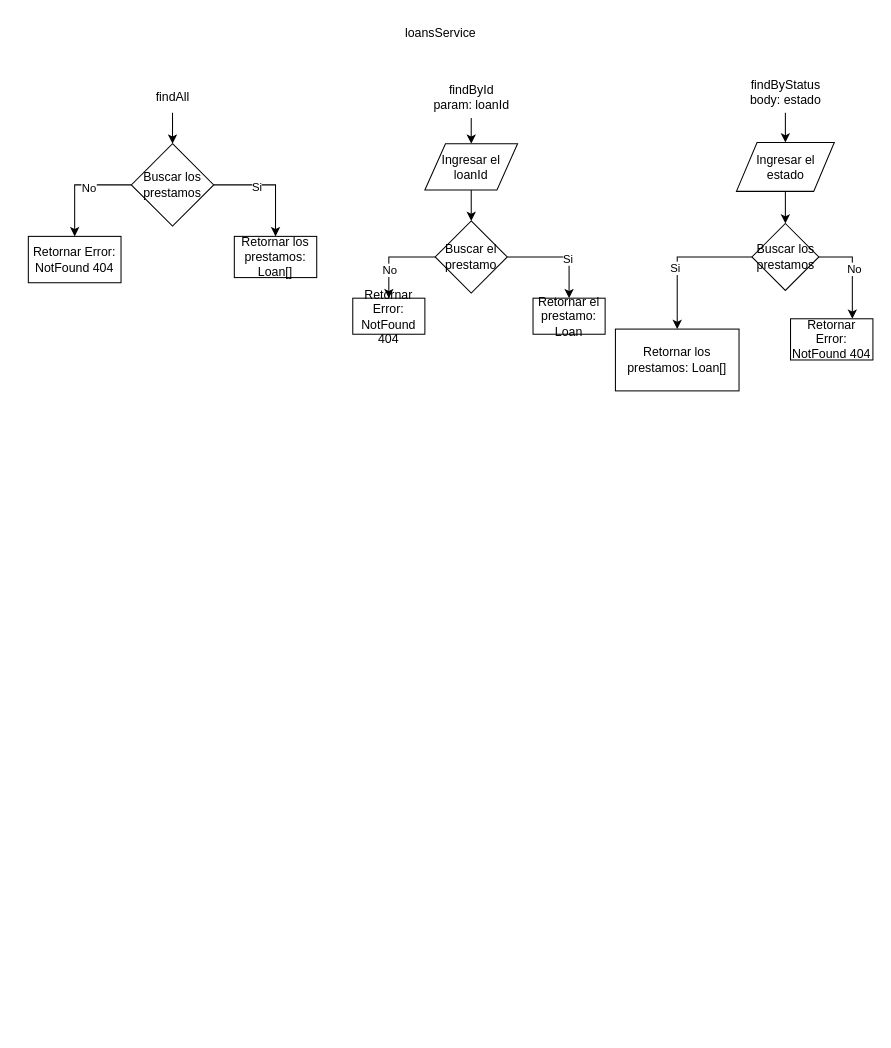
Before: loansService.drawio in ialmontedr0/pacv2-backend, a draw.io diagram. Source tidied: cells renumbered, new cells numbered last; positions are measured from the earlier drawing's top-left corner, leaving out a move shared by most shapes. Both pictures are drawn from the tidied source at 103%, with x=0, y=0 at pixel (28, 18).
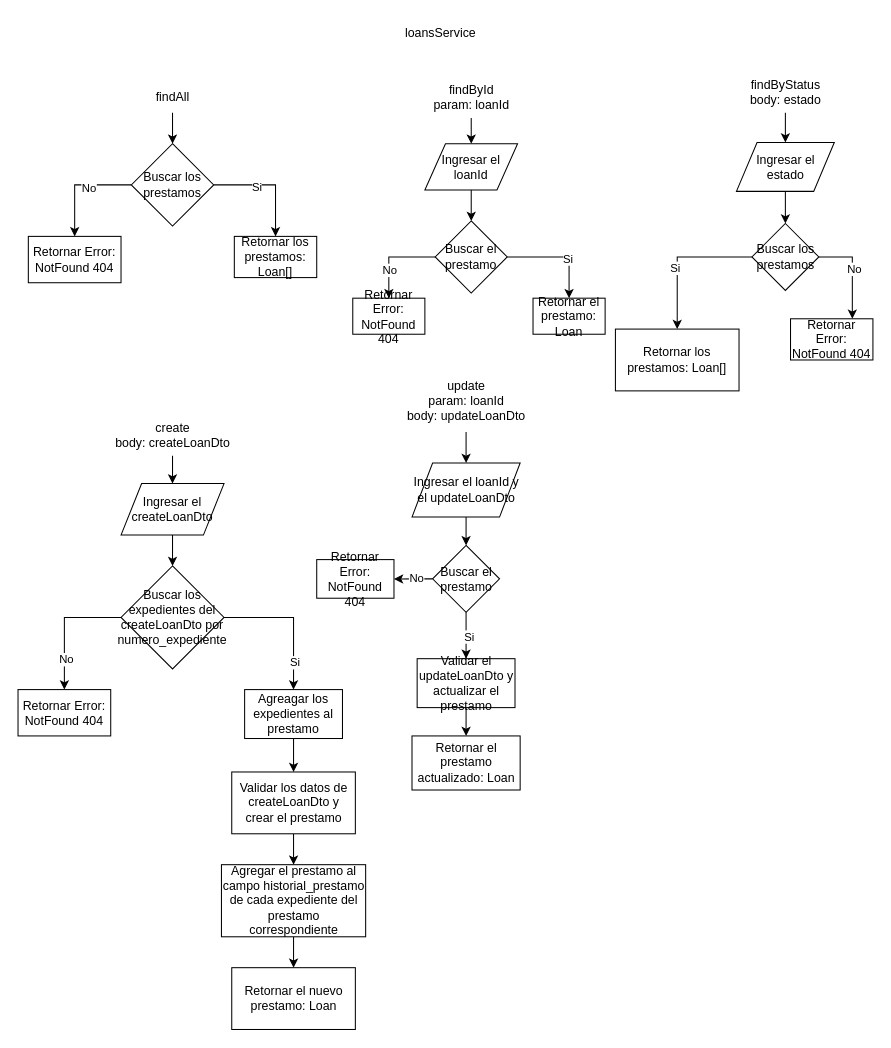
The same page after the edit.

What changed in the source:
```diff
@@
+    <mxCell id="34" style="edgeStyle=orthogonalEdgeStyle;rounded=0;jettySize=auto;html=1;" parent="1" edge="1" source="35" target="37">
+      <mxGeometry relative="1" as="geometry" />
+    </mxCell>
+    <mxCell id="35" value="&lt;div&gt;create&lt;/div&gt;&lt;div&gt;body: createLoanDto&lt;br&gt;&lt;/div&gt;" style="text;html=1;align=center;verticalAlign=middle;points=[];strokeColor=none;fillColor=none;" parent="1" vertex="1">
+      <mxGeometry x="75" y="385" width="130" height="40" as="geometry" />
+    </mxCell>
+    <mxCell id="36" style="edgeStyle=orthogonalEdgeStyle;rounded=0;jettySize=auto;html=1;" parent="1" edge="1" source="37" target="42">
+      <mxGeometry relative="1" as="geometry" />
+    </mxCell>
+    <mxCell id="37" value="Ingresar el createLoanDto" style="shape=parallelogram;perimeter=parallelogramPerimeter;whiteSpace=wrap;html=1;fixedSize=1;" parent="1" vertex="1">
+      <mxGeometry x="90" y="452" width="100" height="50" as="geometry" />
+    </mxCell>
+    <mxCell id="38" style="edgeStyle=orthogonalEdgeStyle;rounded=0;jettySize=auto;html=1;" parent="1" edge="1" source="42" target="43">
+      <mxGeometry relative="1" as="geometry" />
+    </mxCell>
+    <mxCell id="39" value="No" style="edgeLabel;html=1;align=center;verticalAlign=middle;" parent="38" vertex="1">
+      <mxGeometry x="0.52" y="1" relative="1" as="geometry" />
+    </mxCell>
+    <mxCell id="40" style="edgeStyle=orthogonalEdgeStyle;rounded=0;jettySize=auto;html=1;" parent="1" edge="1" source="42" target="45">
+      <mxGeometry relative="1" as="geometry" />
+    </mxCell>
+    <mxCell id="41" value="Si" style="edgeLabel;html=1;align=center;verticalAlign=middle;" parent="40" vertex="1">
+      <mxGeometry x="0.62" y="1" relative="1" as="geometry" />
+    </mxCell>
+    <mxCell id="42" value="Buscar los expedientes del createLoanDto por numero_expediente" style="rhombus;whiteSpace=wrap;html=1;" parent="1" vertex="1">
+      <mxGeometry x="90" y="532" width="100" height="100" as="geometry" />
+    </mxCell>
+    <mxCell id="43" value="Retornar Error: NotFound 404" style="rounded=0;whiteSpace=wrap;html=1;" parent="1" vertex="1">
+      <mxGeometry x="-10" y="652" width="90" height="45" as="geometry" />
+    </mxCell>
+    <mxCell id="44" style="edgeStyle=orthogonalEdgeStyle;rounded=0;jettySize=auto;html=1;" parent="1" edge="1" source="45" target="47">
+      <mxGeometry relative="1" as="geometry" />
+    </mxCell>
+    <mxCell id="45" value="Agreagar los expedientes al prestamo" style="rounded=0;whiteSpace=wrap;html=1;" parent="1" vertex="1">
+      <mxGeometry x="210" y="652" width="95" height="47.5" as="geometry" />
+    </mxCell>
+    <mxCell id="46" style="edgeStyle=orthogonalEdgeStyle;rounded=0;jettySize=auto;html=1;" parent="1" edge="1" source="47" target="49">
+      <mxGeometry relative="1" as="geometry" />
+    </mxCell>
+    <mxCell id="47" value="Validar los datos de createLoanDto y crear el prestamo" style="rounded=0;whiteSpace=wrap;html=1;" parent="1" vertex="1">
+      <mxGeometry x="197.5" y="732" width="120" height="60" as="geometry" />
+    </mxCell>
+    <mxCell id="48" style="edgeStyle=orthogonalEdgeStyle;rounded=0;jettySize=auto;html=1;" parent="1" edge="1" source="49" target="50">
+      <mxGeometry relative="1" as="geometry" />
+    </mxCell>
+    <mxCell id="49" value="Agregar el prestamo al campo historial_prestamo de cada expediente del prestamo correspondiente" style="rounded=0;whiteSpace=wrap;html=1;" parent="1" vertex="1">
+      <mxGeometry x="187.5" y="822" width="140" height="70" as="geometry" />
+    </mxCell>
+    <mxCell id="50" value="Retornar el nuevo prestamo: Loan" style="rounded=0;whiteSpace=wrap;html=1;" parent="1" vertex="1">
+      <mxGeometry x="197.5" y="922" width="120" height="60" as="geometry" />
+    </mxCell>
+    <mxCell id="51" style="edgeStyle=orthogonalEdgeStyle;rounded=0;jettySize=auto;html=1;" parent="1" edge="1" source="52" target="54">
+      <mxGeometry relative="1" as="geometry" />
+    </mxCell>
+    <mxCell id="52" value="&lt;div&gt;update&lt;/div&gt;&lt;div&gt;param: loanId&lt;/div&gt;&lt;div&gt;body: updateLoanDto&lt;br&gt;&lt;/div&gt;" style="text;html=1;align=center;verticalAlign=middle;points=[];strokeColor=none;fillColor=none;" parent="1" vertex="1">
+      <mxGeometry x="355" y="342" width="140" height="60" as="geometry" />
+    </mxCell>
+    <mxCell id="53" style="edgeStyle=orthogonalEdgeStyle;rounded=0;jettySize=auto;html=1;" parent="1" edge="1" source="54" target="59">
+      <mxGeometry relative="1" as="geometry" />
+    </mxCell>
+    <mxCell id="54" value="Ingresar el loanId y el updateLoanDto" style="shape=parallelogram;perimeter=parallelogramPerimeter;whiteSpace=wrap;html=1;fixedSize=1;" parent="1" vertex="1">
+      <mxGeometry x="372.5" y="432" width="105" height="52.5" as="geometry" />
+    </mxCell>
+    <mxCell id="55" style="edgeStyle=orthogonalEdgeStyle;rounded=0;jettySize=auto;html=1;" parent="1" edge="1" source="59" target="60">
+      <mxGeometry relative="1" as="geometry" />
+    </mxCell>
+    <mxCell id="56" value="No" style="edgeLabel;html=1;align=center;verticalAlign=middle;" parent="55" vertex="1">
+      <mxGeometry x="-0.2" y="-1" relative="1" as="geometry">
+        <mxPoint x="-1" as="offset" />
+      </mxGeometry>
+    </mxCell>
+    <mxCell id="57" style="edgeStyle=orthogonalEdgeStyle;rounded=0;jettySize=auto;html=1;" parent="1" edge="1" source="59" target="62">
+      <mxGeometry relative="1" as="geometry" />
+    </mxCell>
+    <mxCell id="58" value="Si" style="edgeLabel;html=1;align=center;verticalAlign=middle;" parent="57" vertex="1">
+      <mxGeometry y="2" relative="1" as="geometry" />
+    </mxCell>
+    <mxCell id="59" value="Buscar el prestamo" style="rhombus;whiteSpace=wrap;html=1;" parent="1" vertex="1">
+      <mxGeometry x="392.5" y="512" width="65" height="65" as="geometry" />
+    </mxCell>
+    <mxCell id="60" value="Retornar Error: NotFound 404" style="rounded=0;whiteSpace=wrap;html=1;" parent="1" vertex="1">
+      <mxGeometry x="280" y="525.8" width="75" height="37.5" as="geometry" />
+    </mxCell>
+    <mxCell id="61" style="edgeStyle=orthogonalEdgeStyle;rounded=0;jettySize=auto;html=1;" parent="1" edge="1" source="62" target="63">
+      <mxGeometry relative="1" as="geometry" />
+    </mxCell>
+    <mxCell id="62" value="Validar el updateLoanDto y actualizar el prestamo" style="rounded=0;whiteSpace=wrap;html=1;" parent="1" vertex="1">
+      <mxGeometry x="377.5" y="622" width="95" height="47.5" as="geometry" />
+    </mxCell>
+    <mxCell id="63" value="Retornar el prestamo actualizado: Loan" style="rounded=0;whiteSpace=wrap;html=1;" parent="1" vertex="1">
+      <mxGeometry x="372.5" y="697" width="105" height="52.5" as="geometry" />
+    </mxCell>
```
